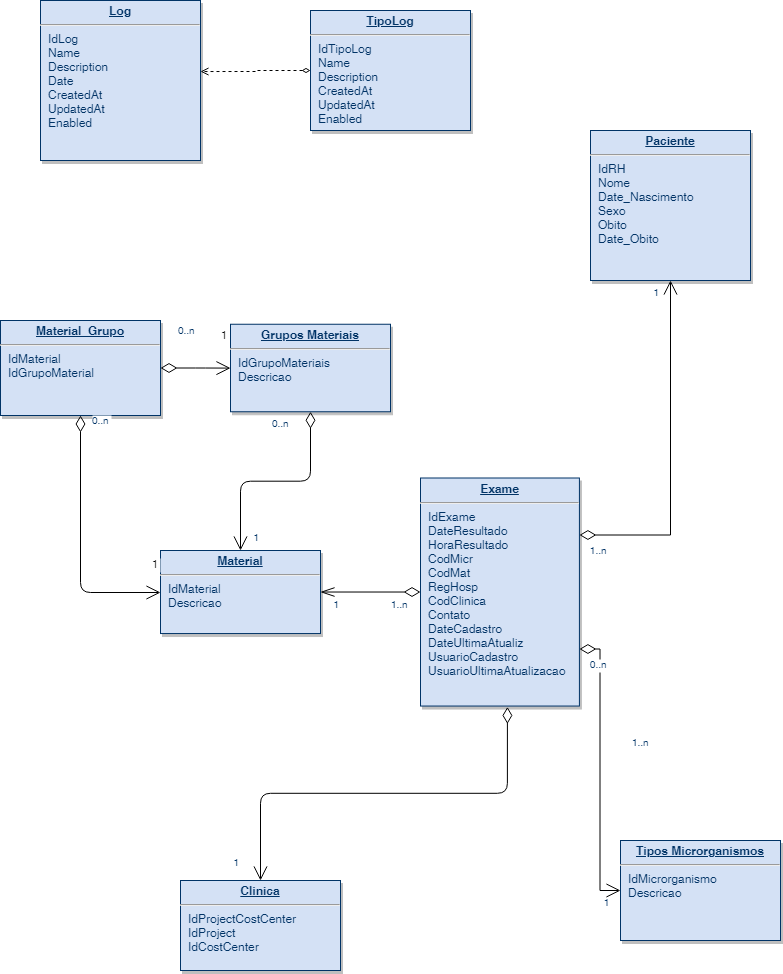
Above: DataBaseSisIsol.png in henriqlustosa/Base_Sistema_Isolamento (draw.io), before the change. Source tidied: cells renumbered, new cells last; positions are measured from the earlier drawing's top-left corner, leaving out a move shared by most shapes.
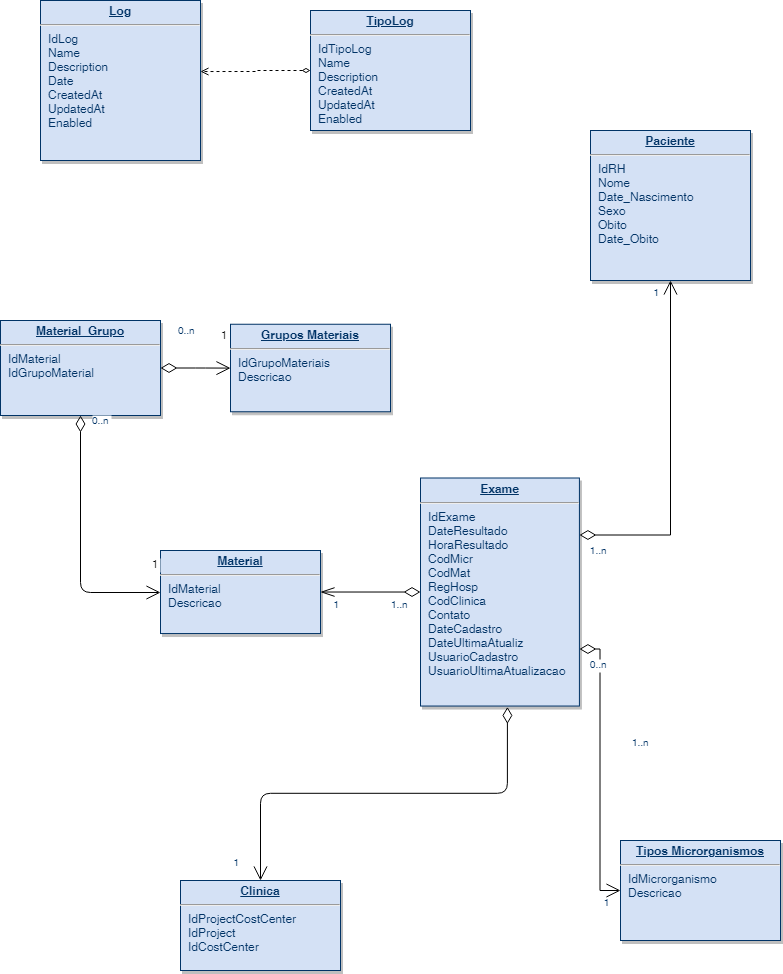
Later version of the same file.

Commit message:
Update Relacionamentos de Grupos e Mateiral

What changed in the source:
```diff
@@ -58,19 +58,6 @@
         <mxPoint x="-20" y="-29.9" as="offset" />
       </mxGeometry>
     </mxCell>
-    <mxCell id="17" style="endArrow=open;endSize=12;startArrow=diamondThin;startSize=14;startFill=0;edgeStyle=orthogonalEdgeStyle;" parent="1" edge="1" source="4" target="7">
-      <mxGeometry x="519.4" y="200" as="geometry" />
-    </mxCell>
-    <mxCell id="18" value="0..n" style="align=left;verticalAlign=top;labelBackgroundColor=#ffffff;fontSize=10;strokeColor=#003366;shadow=1;fillColor=#D4E1F5;fontColor=#003366;" parent="17" vertex="1">
-      <mxGeometry x="-1" relative="1" as="geometry">
-        <mxPoint x="-40" as="offset" />
-      </mxGeometry>
-    </mxCell>
-    <mxCell id="19" value="1" style="align=right;verticalAlign=top;labelBackgroundColor=#ffffff;fontSize=10;strokeColor=#003366;shadow=1;fillColor=#D4E1F5;fontColor=#003366;" parent="17" vertex="1">
-      <mxGeometry x="1" relative="1" as="geometry">
-        <mxPoint x="20" y="-25" as="offset" />
-      </mxGeometry>
-    </mxCell>
     <mxCell id="20" style="endArrow=openThin;endSize=12;startArrow=diamondThin;startSize=14;startFill=0;edgeStyle=orthogonalEdgeStyle;endFill=0;" parent="1" edge="1" source="10" target="7">
       <mxGeometry x="369.4" y="360" as="geometry" />
     </mxCell>
```
